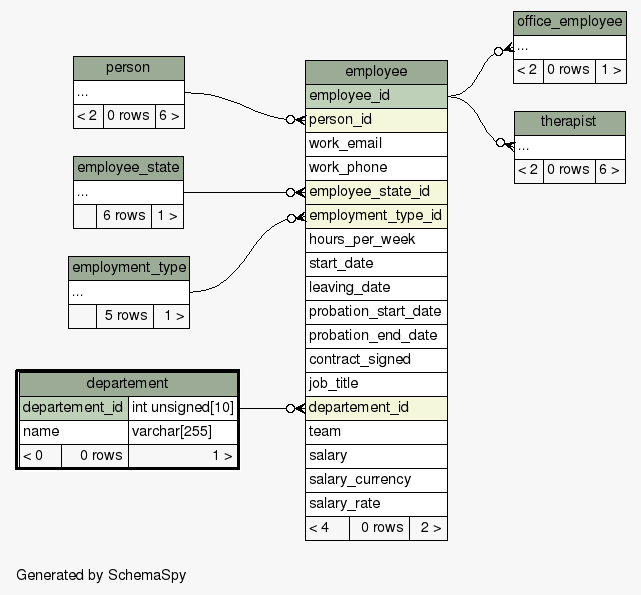
Above: diagrams/departement.2degrees.png in KaiBMP/KaiBMP.github.io (Graphviz), before the change. Its source is kept beside it as diagrams/departement.2degrees.dot.
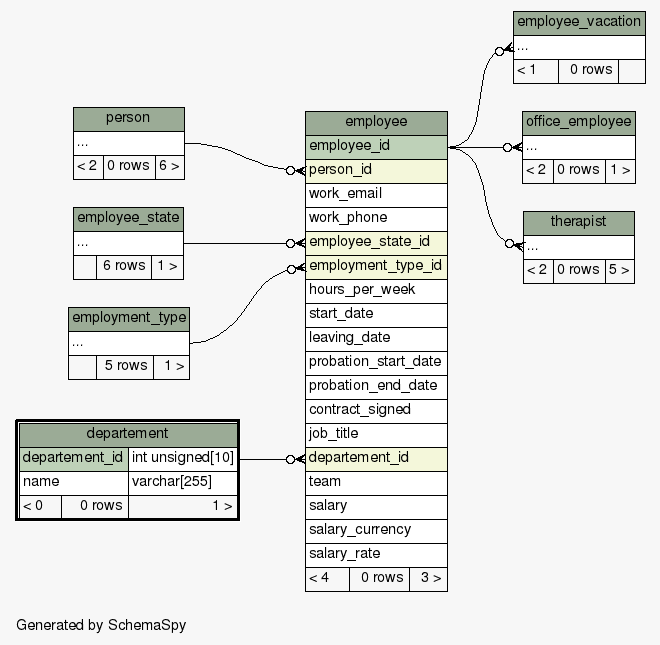
After the change.

Change to the diagram source:
```diff
@@ -21,6 +21,7 @@
   "employee":"employee_state_id":w -> "employee_state":"elipses":e [arrowhead=none dir=back arrowtail=crowodot];
   "employee":"employment_type_id":w -> "employment_type":"elipses":e [arrowhead=none dir=back arrowtail=crowodot];
   "employee":"person_id":w -> "person":"elipses":e [arrowhead=none dir=back arrowtail=crowodot];
+  "employee_vacation":"elipses":w -> "employee":"employee_id":e [arrowhead=none dir=back arrowtail=crowodot];
   "office_employee":"elipses":w -> "employee":"employee_id":e [arrowhead=none dir=back arrowtail=crowodot];
   "therapist":"elipses":w -> "employee":"employee_id":e [arrowhead=none dir=back arrowtail=crowodot];
   "departement" [
@@ -56,7 +57,7 @@
       <TR><TD PORT="salary" COLSPAN="3" ALIGN="LEFT">salary</TD></TR>
       <TR><TD PORT="salary_currency" COLSPAN="3" ALIGN="LEFT">salary_currency</TD></TR>
       <TR><TD PORT="salary_rate" COLSPAN="3" ALIGN="LEFT">salary_rate</TD></TR>
-      <TR><TD ALIGN="LEFT" BGCOLOR="#f7f7f7">&lt; 4</TD><TD ALIGN="RIGHT" BGCOLOR="#f7f7f7">0 rows</TD><TD ALIGN="RIGHT" BGCOLOR="#f7f7f7">2 &gt;</TD></TR>
+      <TR><TD ALIGN="LEFT" BGCOLOR="#f7f7f7">&lt; 4</TD><TD ALIGN="RIGHT" BGCOLOR="#f7f7f7">0 rows</TD><TD ALIGN="RIGHT" BGCOLOR="#f7f7f7">3 &gt;</TD></TR>
     </TABLE>>
     URL="employee.html"
     tooltip="employee"
@@ -70,6 +71,16 @@
     </TABLE>>
     URL="employee_state.html"
     tooltip="employee_state"
+  ];
+  "employee_vacation" [
+    label=<
+    <TABLE BORDER="0" CELLBORDER="1" CELLSPACING="0" BGCOLOR="#ffffff">
+      <TR><TD COLSPAN="3" BGCOLOR="#9bab96" ALIGN="CENTER">employee_vacation</TD></TR>
+      <TR><TD PORT="elipses" COLSPAN="3" ALIGN="LEFT">...</TD></TR>
+      <TR><TD ALIGN="LEFT" BGCOLOR="#f7f7f7">&lt; 1</TD><TD ALIGN="RIGHT" BGCOLOR="#f7f7f7">0 rows</TD><TD ALIGN="RIGHT" BGCOLOR="#f7f7f7">  </TD></TR>
+    </TABLE>>
+    URL="employee_vacation.html"
+    tooltip="employee_vacation"
   ];
   "employment_type" [
     label=<
@@ -106,7 +117,7 @@
     <TABLE BORDER="0" CELLBORDER="1" CELLSPACING="0" BGCOLOR="#ffffff">
       <TR><TD COLSPAN="3" BGCOLOR="#9bab96" ALIGN="CENTER">therapist</TD></TR>
       <TR><TD PORT="elipses" COLSPAN="3" ALIGN="LEFT">...</TD></TR>
-      <TR><TD ALIGN="LEFT" BGCOLOR="#f7f7f7">&lt; 2</TD><TD ALIGN="RIGHT" BGCOLOR="#f7f7f7">0 rows</TD><TD ALIGN="RIGHT" BGCOLOR="#f7f7f7">6 &gt;</TD></TR>
+      <TR><TD ALIGN="LEFT" BGCOLOR="#f7f7f7">&lt; 2</TD><TD ALIGN="RIGHT" BGCOLOR="#f7f7f7">0 rows</TD><TD ALIGN="RIGHT" BGCOLOR="#f7f7f7">5 &gt;</TD></TR>
     </TABLE>>
     URL="therapist.html"
     tooltip="therapist"
```
